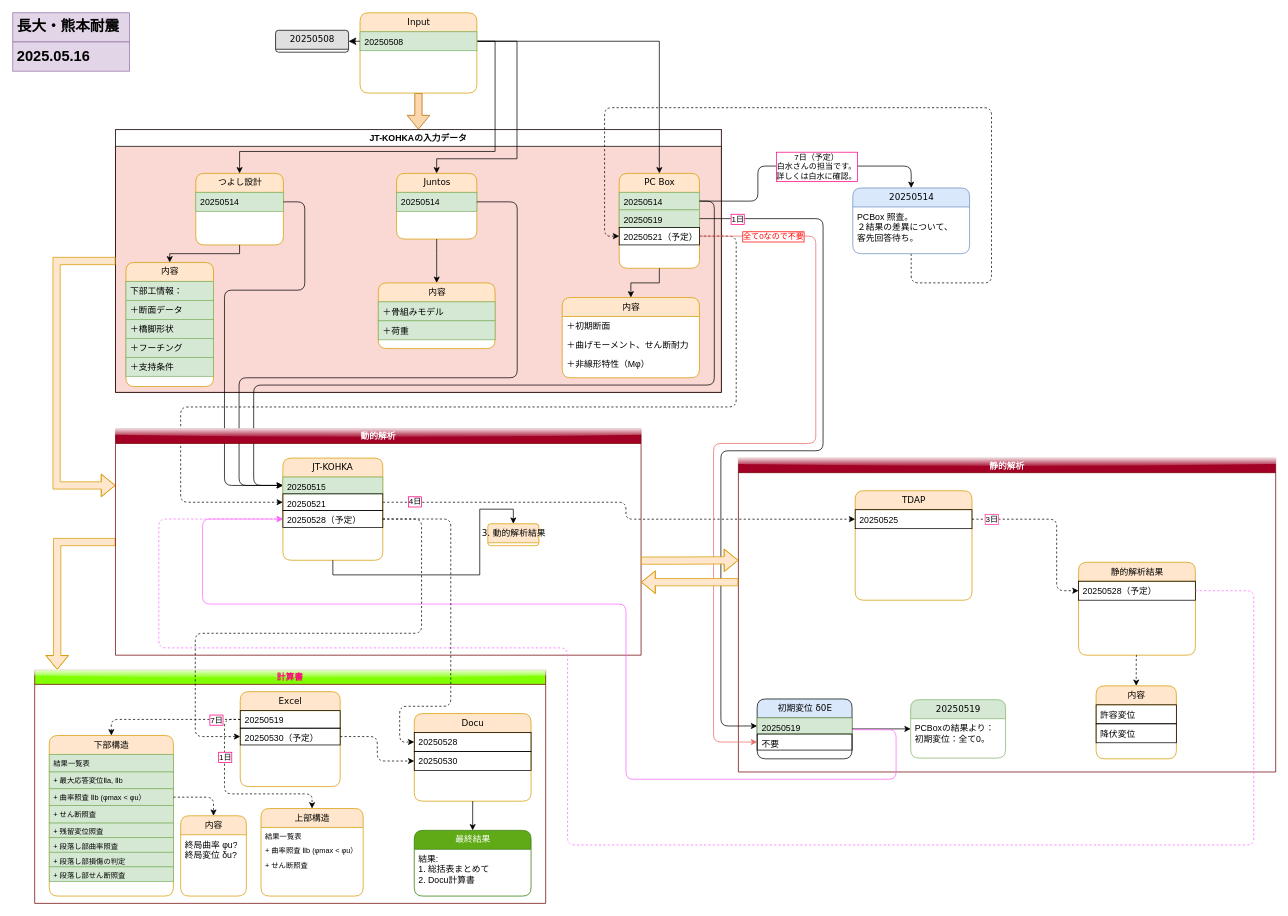
Before: 長大・熊本耐震/耐震設計/Untitled Diagram.drawio in nnh92/Juntos.co, a draw.io diagram. Source tidied: cells renumbered, new cells numbered last; positions are measured from the earlier drawing's top-left corner, leaving out a move shared by most shapes. Both pictures are drawn from the tidied source at 73%, with x=0, y=0 at pixel (12, 12).
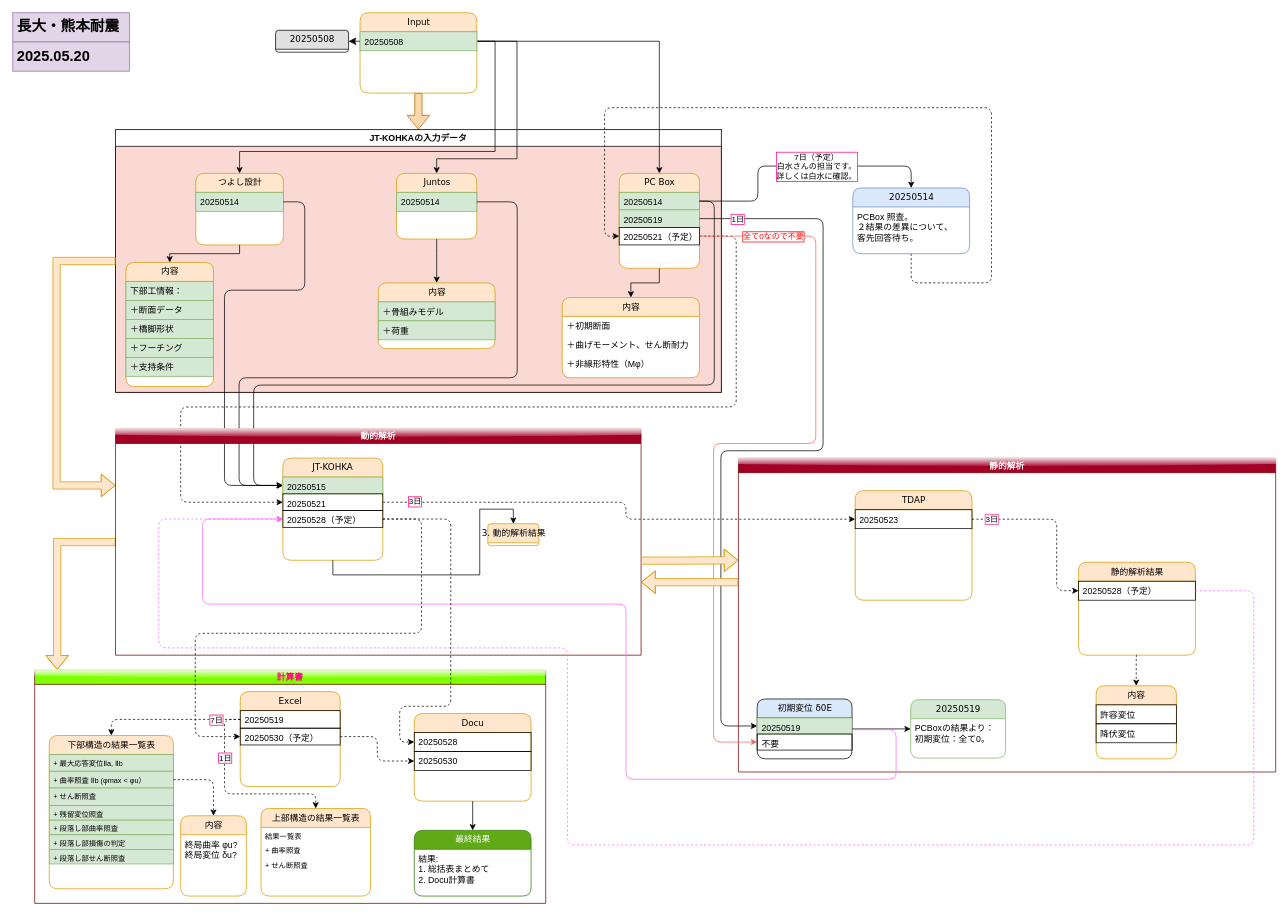
Above is the later version.

Unchanged cells that the change refers to:
```xml
<mxCell id="45" style="edgeStyle=orthogonalEdgeStyle;rounded=1;jettySize=auto;html=1;entryX=0;entryY=0.5;entryDx=0;entryDy=0;exitX=1;exitY=0.5;exitDx=0;exitDy=0;dashed=1;curved=0;" parent="1" edge="1" source="76" target="49">
  <mxGeometry relative="1" as="geometry">
    <Array as="points">
      <mxPoint x="840" y="671" />
      <mxPoint x="840" y="694" />
    </Array>
  </mxGeometry>
</mxCell>
<mxCell id="48" value="TDAP" style="swimlane;html=1;fontStyle=0;horizontal=1;startSize=26;fillColor=#ffe6cc;swimlaneFillColor=#ffffff;align=center;rounded=1;shadow=0;comic=0;labelBackgroundColor=none;strokeWidth=1;fontFamily=Verdana;fontSize=12;strokeColor=#d79b00;" parent="47" vertex="1">
  <mxGeometry x="160" y="44.7" width="160" height="150" as="geometry" />
</mxCell>
<mxCell id="80" value="計算書" style="swimlane;startSize=20;horizontal=1;containerType=tree;textShadow=0;labelBorderColor=none;labelBackgroundColor=none;fillColor=#80FF00;strokeColor=#6F0000;glass=1;fontColor=#FF0080;" parent="1" vertex="1">
  <mxGeometry x="30" y="900" width="700" height="320" as="geometry" />
</mxCell>
<mxCell id="82" value="20250519" style="text;html=1;spacingLeft=4;spacingRight=4;whiteSpace=wrap;overflow=hidden;points=[[0,0.5],[1,0.5]];portConstraint=eastwest;labelBorderColor=none;labelBackgroundColor=none;textShadow=0;strokeColor=default;" parent="81" vertex="1">
  <mxGeometry y="26" width="136.9" height="24" as="geometry" />
</mxCell>
<mxCell id="103" value="内容" style="swimlane;html=1;fontStyle=0;horizontal=1;startSize=26;fillColor=#ffe6cc;swimlaneFillColor=#ffffff;align=center;rounded=1;shadow=0;comic=0;labelBackgroundColor=none;strokeWidth=1;fontFamily=Verdana;fontSize=12;strokeColor=#d79b00;" parent="80" vertex="1">
  <mxGeometry x="200" y="200" width="90" height="110" as="geometry" />
</mxCell>
```

What changed in the source:
```diff
@@
-    <mxCell id="46" value="4日" style="edgeLabel;html=1;align=center;verticalAlign=middle;labelBorderColor=#FF0080;" parent="45" vertex="1">
+    <mxCell id="46" value="3日" style="edgeLabel;html=1;align=center;verticalAlign=middle;labelBorderColor=#FF0080;" parent="45" vertex="1">
       <mxGeometry x="-0.87" y="2" relative="1" as="geometry">
         <mxPoint y="1" as="offset" />
       </mxGeometry>
     </mxCell>
@@
-    <mxCell id="49" value="20250525" style="text;html=1;strokeColor=default;fillColor=none;spacingLeft=4;spacingRight=4;whiteSpace=wrap;overflow=hidden;points=[[0,0.5],[1,0.5]];portConstraint=eastwest;" parent="48" vertex="1">
+    <mxCell id="49" value="20250523" style="text;html=1;strokeColor=default;fillColor=none;spacingLeft=4;spacingRight=4;whiteSpace=wrap;overflow=hidden;points=[[0,0.5],[1,0.5]];portConstraint=eastwest;" parent="48" vertex="1">
       <mxGeometry y="26" width="160" height="26" as="geometry" />
     </mxCell>
@@
-    <mxCell id="90" value="下部構造" style="swimlane;html=1;fontStyle=0;horizontal=1;startSize=26;fillColor=#ffe6cc;swimlaneFillColor=#ffffff;align=center;rounded=1;shadow=0;comic=0;labelBackgroundColor=none;strokeWidth=1;fontFamily=Verdana;fontSize=12;strokeColor=#d79b00;" parent="80" vertex="1">
-      <mxGeometry x="20" y="90" width="170" height="220" as="geometry" />
+    <mxCell id="90" value="下部構造の結果一覧表" style="swimlane;html=1;horizontal=1;startSize=26;fillColor=#ffe6cc;swimlaneFillColor=#ffffff;align=center;rounded=1;shadow=0;comic=0;strokeWidth=1;strokeColor=#d79b00;fontStyle=0;" parent="80" vertex="1">
+      <mxGeometry x="20" y="90" width="170" height="210" as="geometry" />
     </mxCell>
-    <mxCell id="91" value="結果一覧表" style="text;html=1;strokeColor=#82b366;fillColor=#d5e8d4;spacingLeft=4;spacingRight=4;whiteSpace=wrap;overflow=hidden;labelBorderColor=none;labelBackgroundColor=none;textShadow=0;fontSize=10;" parent="90" vertex="1">
-      <mxGeometry y="26" width="170" height="24" as="geometry" />
-    </mxCell>
     <mxCell id="92" value="+ 最大応答変位Ⅱa, Ⅱb" style="text;html=1;spacingLeft=4;spacingRight=4;whiteSpace=wrap;overflow=hidden;labelBorderColor=none;labelBackgroundColor=none;textShadow=0;fillColor=#d5e8d4;strokeColor=#82b366;fontSize=10;" parent="90" vertex="1">
-      <mxGeometry y="50" width="170" height="23" as="geometry" />
+      <mxGeometry y="26" width="170" height="23" as="geometry" />
     </mxCell>
     <mxCell id="93" value="&lt;div&gt;+ 曲率照査 Ⅱb (φmax &amp;lt; φu）&lt;/div&gt;" style="text;html=1;spacingLeft=4;spacingRight=4;whiteSpace=wrap;overflow=hidden;points=[[0,0.5],[1,0.5]];portConstraint=eastwest;labelBorderColor=none;labelBackgroundColor=none;textShadow=0;strokeColor=#82b366;fillColor=#d5e8d4;fontSize=10;" parent="90" vertex="1">
-      <mxGeometry y="73" width="170" height="23" as="geometry" />
+      <mxGeometry y="49" width="170" height="23" as="geometry" />
     </mxCell>
     <mxCell id="94" value="&lt;div&gt;+ せん断照査&lt;/div&gt;" style="text;html=1;spacingLeft=4;spacingRight=4;whiteSpace=wrap;overflow=hidden;labelBorderColor=none;labelBackgroundColor=none;textShadow=0;strokeColor=#82b366;fillColor=#d5e8d4;fontSize=10;" parent="90" vertex="1">
-      <mxGeometry y="96" width="170" height="24" as="geometry" />
+      <mxGeometry y="72" width="170" height="24" as="geometry" />
     </mxCell>
     <mxCell id="95" value="&lt;div&gt;+ 残留変位照査&lt;/div&gt;" style="text;html=1;spacingLeft=4;spacingRight=4;whiteSpace=wrap;overflow=hidden;labelBorderColor=none;labelBackgroundColor=none;textShadow=0;strokeColor=#82b366;fontSize=10;fillColor=#d5e8d4;" parent="90" vertex="1">
-      <mxGeometry y="120" width="170" height="20" as="geometry" />
+      <mxGeometry y="96" width="170" height="20" as="geometry" />
     </mxCell>
     <mxCell id="96" value="&lt;div&gt;+ 段落し部曲率照査&lt;/div&gt;" style="text;html=1;spacingLeft=4;spacingRight=4;whiteSpace=wrap;overflow=hidden;labelBorderColor=none;labelBackgroundColor=none;textShadow=0;strokeColor=#82b366;fontSize=10;fillColor=#d5e8d4;" parent="90" vertex="1">
-      <mxGeometry y="140" width="170" height="20" as="geometry" />
+      <mxGeometry y="116" width="170" height="20" as="geometry" />
     </mxCell>
     <mxCell id="97" value="+ 段落し部損傷の判定" style="text;html=1;spacingLeft=4;spacingRight=4;whiteSpace=wrap;overflow=hidden;labelBorderColor=none;labelBackgroundColor=none;textShadow=0;strokeColor=#82b366;fontSize=10;fillColor=#d5e8d4;" parent="90" vertex="1">
-      <mxGeometry y="160" width="170" height="20" as="geometry" />
+      <mxGeometry y="136" width="170" height="20" as="geometry" />
     </mxCell>
     <mxCell id="98" value="&lt;div&gt;+ 段落し部せん断照査&lt;/div&gt;" style="text;html=1;spacingLeft=4;spacingRight=4;whiteSpace=wrap;overflow=hidden;labelBorderColor=none;labelBackgroundColor=none;textShadow=0;strokeColor=#82b366;fontSize=10;fillColor=#d5e8d4;" parent="90" vertex="1">
-      <mxGeometry y="180" width="170" height="20" as="geometry" />
+      <mxGeometry y="156" width="170" height="20" as="geometry" />
     </mxCell>
@@
     <mxCell id="102" style="edgeStyle=orthogonalEdgeStyle;rounded=1;jettySize=auto;html=1;exitX=1;exitY=0.5;exitDx=0;exitDy=0;curved=0;dashed=1;entryX=0.5;entryY=0;entryDx=0;entryDy=0;" parent="80" edge="1" source="93" target="103">
       <mxGeometry relative="1" as="geometry">
         <Array as="points">
-          <mxPoint x="245" y="175" />
+          <mxPoint x="245" y="151" />
         </Array>
       </mxGeometry>
     </mxCell>
@@
     <mxCell id="105" style="edgeStyle=orthogonalEdgeStyle;rounded=1;jettySize=auto;html=1;exitX=0;exitY=0.5;exitDx=0;exitDy=0;curved=0;dashed=1;entryX=0.5;entryY=0;entryDx=0;entryDy=0;" parent="80" edge="1" source="82" target="107">
       <mxGeometry relative="1" as="geometry">
         <Array as="points">
           <mxPoint x="260" y="68" />
           <mxPoint x="260" y="170" />
-          <mxPoint x="380" y="170" />
+          <mxPoint x="385" y="170" />
         </Array>
       </mxGeometry>
     </mxCell>
@@
-    <mxCell id="107" value="上部構造" style="swimlane;html=1;fontStyle=0;horizontal=1;startSize=26;fillColor=#ffe6cc;swimlaneFillColor=#ffffff;align=center;rounded=1;shadow=0;comic=0;labelBackgroundColor=none;strokeWidth=1;fontFamily=Verdana;fontSize=12;strokeColor=#d79b00;" parent="80" vertex="1">
-      <mxGeometry x="310" y="190" width="140" height="120" as="geometry" />
+    <mxCell id="107" value="上部構造の結果一覧表" style="swimlane;html=1;fontStyle=0;horizontal=1;startSize=26;fillColor=#ffe6cc;swimlaneFillColor=#ffffff;align=center;rounded=1;shadow=0;comic=0;labelBackgroundColor=none;strokeWidth=1;fontFamily=Verdana;fontSize=12;strokeColor=#d79b00;" parent="80" vertex="1">
+      <mxGeometry x="310" y="190" width="150" height="120" as="geometry" />
     </mxCell>
     <mxCell id="108" value="結果一覧表" style="text;html=1;spacingLeft=4;spacingRight=4;whiteSpace=wrap;overflow=hidden;labelBorderColor=none;labelBackgroundColor=none;textShadow=0;fontSize=10;flipV=1;flipH=1;" parent="107" vertex="1">
-      <mxGeometry y="26" width="140" height="20" as="geometry" />
+      <mxGeometry y="26" width="150" height="20" as="geometry" />
     </mxCell>
-    <mxCell id="109" value="&lt;div&gt;+ 曲率照査 Ⅱb (φmax &amp;lt; φu）&lt;/div&gt;" style="text;html=1;spacingLeft=4;spacingRight=4;whiteSpace=wrap;overflow=hidden;labelBorderColor=none;labelBackgroundColor=none;textShadow=0;fontSize=10;" parent="107" vertex="1">
-      <mxGeometry y="46" width="140" height="20" as="geometry" />
+    <mxCell id="109" value="&lt;div&gt;+ 曲率照査&lt;/div&gt;" style="text;html=1;spacingLeft=4;spacingRight=4;whiteSpace=wrap;overflow=hidden;labelBorderColor=none;labelBackgroundColor=none;textShadow=0;fontSize=10;" parent="107" vertex="1">
+      <mxGeometry y="46" width="150" height="20" as="geometry" />
     </mxCell>
     <mxCell id="110" value="&lt;div&gt;+ せん断照査&lt;/div&gt;" style="text;html=1;spacingLeft=4;spacingRight=4;whiteSpace=wrap;overflow=hidden;labelBorderColor=none;labelBackgroundColor=none;textShadow=0;fontSize=10;" parent="107" vertex="1">
-      <mxGeometry y="66" width="140" height="20" as="geometry" />
+      <mxGeometry y="66" width="150" height="20" as="geometry" />
     </mxCell>
@@
-    <mxCell id="118" value="2025.05.16" style="text;html=1;strokeColor=#9673a6;fillColor=#e1d5e7;spacingLeft=4;spacingRight=4;whiteSpace=wrap;overflow=hidden;labelBorderColor=none;textShadow=0;labelBackgroundColor=none;fontStyle=1;fontSize=20;" parent="1" vertex="1">
+    <mxCell id="118" value="2025.05.20" style="text;html=1;strokeColor=#9673a6;fillColor=#e1d5e7;spacingLeft=4;spacingRight=4;whiteSpace=wrap;overflow=hidden;labelBorderColor=none;textShadow=0;labelBackgroundColor=none;fontStyle=1;fontSize=20;" parent="1" vertex="1">
       <mxGeometry y="40" width="160" height="40" as="geometry" />
     </mxCell>
```
